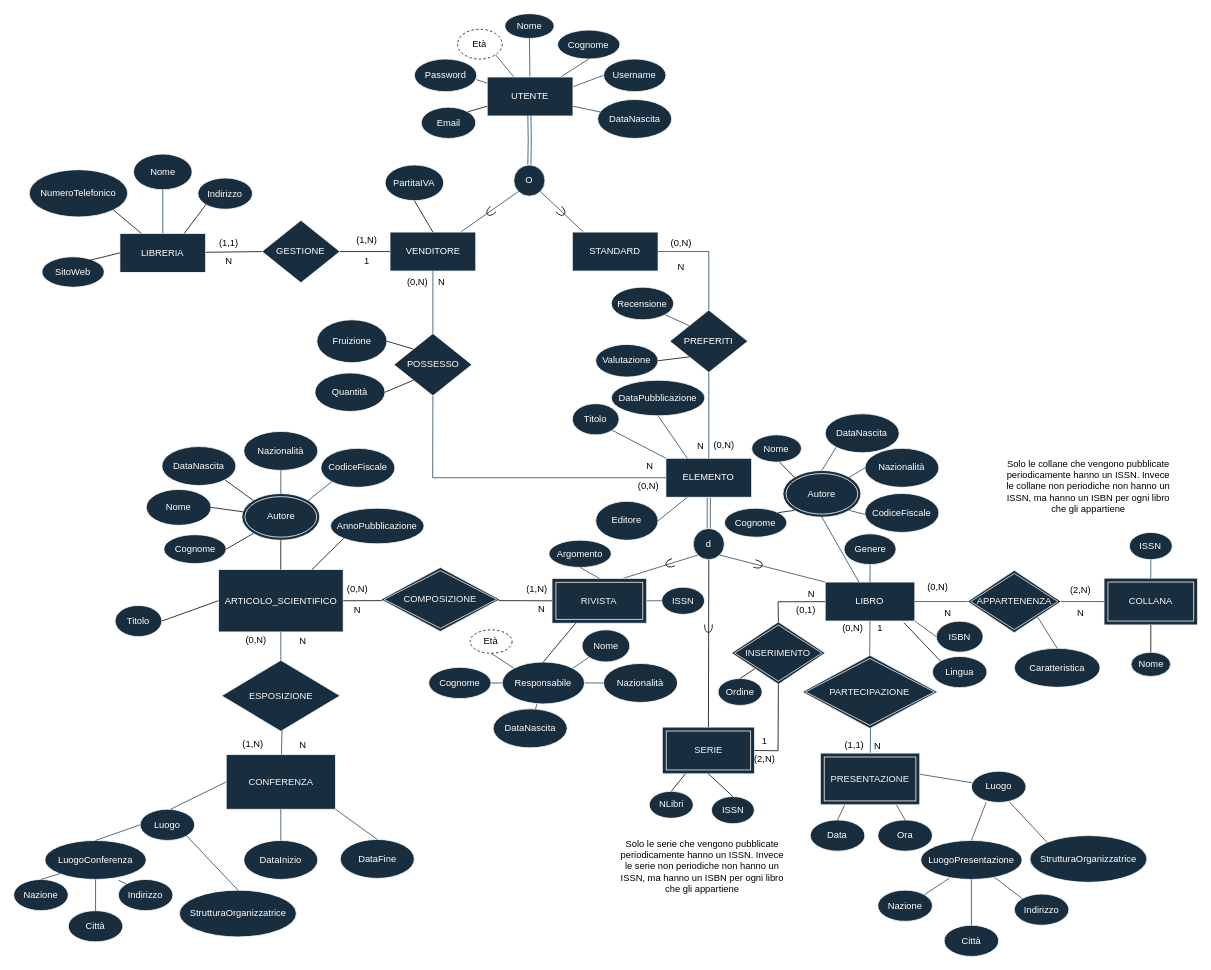
Above: DiagrammaER v1.3.1.drawio in Giovk/Sistema-di-una-Bibleoteca-Digitale (draw.io), before the change. Source tidied: cells renumbered, new cells numbered last; positions are measured from the earlier drawing's top-left corner, leaving out a move shared by most shapes. Both pictures are drawn from the tidied source at 78%, with x=0, y=0 at pixel (13, 13).
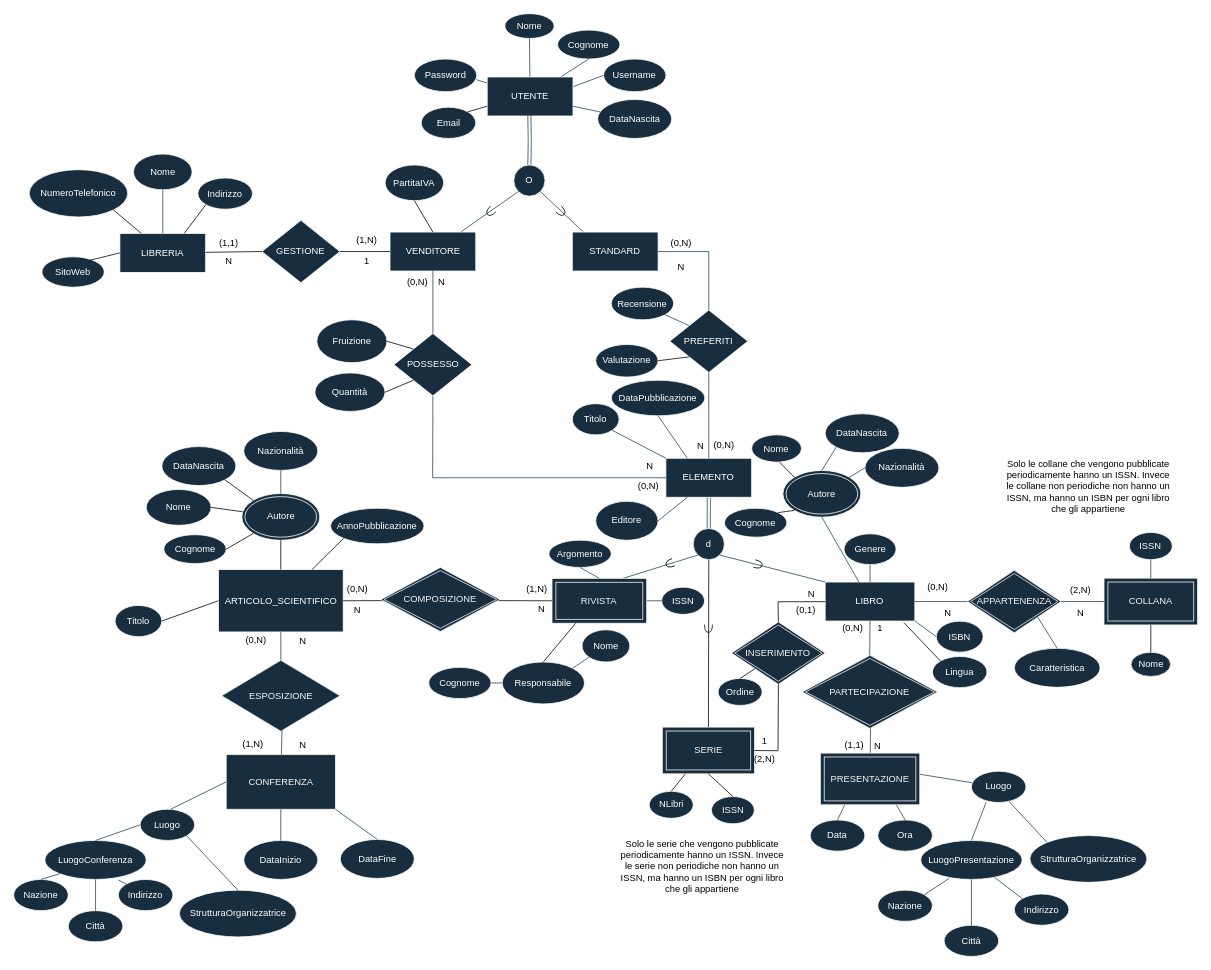
After the change.

Unchanged cells that the change refers to:
```xml
<mxCell id="10" value="Autore" style="ellipse;shape=doubleEllipse;whiteSpace=wrap;html=1;fillColor=#182E3E;strokeColor=#FFFFFF;fontColor=#FFFFFF;" parent="1" vertex="1">
  <mxGeometry x="986.2" y="585.6" width="100" height="60" as="geometry" />
</mxCell>
<mxCell id="68" value="Responsabile" style="ellipse;whiteSpace=wrap;html=1;fillColor=#182E3E;strokeColor=#FFFFFF;fontColor=#FFFFFF;" parent="1" vertex="1">
  <mxGeometry x="626.3" y="831.2" width="105.6" height="53.8" as="geometry" />
</mxCell>
<mxCell id="89" value="UTENTE" style="rounded=0;whiteSpace=wrap;html=1;fillColor=#182E3E;strokeColor=#FFFFFF;fontColor=#FFFFFF;" parent="1" vertex="1">
  <mxGeometry x="607.1" y="81.2" width="110" height="50" as="geometry" />
</mxCell>
<mxCell id="147" value="Autore" style="ellipse;shape=doubleEllipse;whiteSpace=wrap;html=1;fillColor=#182E3E;strokeColor=#FFFFFF;fontColor=#FFFFFF;" parent="1" vertex="1">
  <mxGeometry x="292.5" y="615.2" width="100" height="60" as="geometry" />
</mxCell>
```

What changed in the source:
```diff
@@
-    <mxCell id="40" value="CodiceFiscale" style="ellipse;whiteSpace=wrap;html=1;fillColor=#182E3E;strokeColor=#FFFFFF;fontColor=#FFFFFF;" parent="1" vertex="1">
-      <mxGeometry x="1091.3" y="615.1" width="95" height="50" as="geometry" />
-    </mxCell>
-    <mxCell id="41" style="endArrow=none;html=1;rounded=0;labelBackgroundColor=#FCE7CD;strokeColor=#23445D;entryX=0.01;entryY=0.543;entryDx=0;entryDy=0;entryPerimeter=0;exitX=1;exitY=1;exitDx=0;exitDy=0;" parent="1" edge="1" source="10" target="40">
-      <mxGeometry relative="1" as="geometry" />
-    </mxCell>
@@
-    <mxCell id="45" value="&lt;font color=&quot;#000000&quot;&gt;Età&lt;/font&gt;" style="ellipse;whiteSpace=wrap;html=1;align=center;dashed=1;strokeColor=#000000;fontColor=#FFFFFF;fillColor=none;" parent="1" vertex="1">
-      <mxGeometry x="569.1" y="20" width="57.2" height="38.2" as="geometry" />
-    </mxCell>
-    <mxCell id="46" style="endArrow=none;html=1;rounded=0;strokeColor=#23445D;fontColor=#000000;exitX=1;exitY=1;exitDx=0;exitDy=0;" parent="1" edge="1" source="45" target="89">
-      <mxGeometry relative="1" as="geometry" />
-    </mxCell>
@@
-    <mxCell id="62" value="DataNascita" style="ellipse;whiteSpace=wrap;html=1;fillColor=#182E3E;strokeColor=#FFFFFF;fontColor=#FFFFFF;" parent="1" vertex="1">
-      <mxGeometry x="614.7" y="891.3" width="95" height="50" as="geometry" />
-    </mxCell>
-    <mxCell id="63" style="endArrow=none;html=1;rounded=0;labelBackgroundColor=#FCE7CD;strokeColor=#23445D;" parent="1" edge="1" source="68" target="62">
-      <mxGeometry relative="1" as="geometry" />
-    </mxCell>
-    <mxCell id="64" value="Nazionalità" style="ellipse;whiteSpace=wrap;html=1;strokeColor=#FFFFFF;fontColor=#FFFFFF;fillColor=#182E3E;" parent="1" vertex="1">
-      <mxGeometry x="756.2" y="833.1" width="95" height="50" as="geometry" />
-    </mxCell>
-    <mxCell id="65" style="endArrow=none;html=1;rounded=0;strokeColor=#23445D;entryX=0;entryY=0.5;entryDx=0;entryDy=0;exitX=1;exitY=0.5;exitDx=0;exitDy=0;" parent="1" edge="1" source="68" target="64">
-      <mxGeometry relative="1" as="geometry" />
-    </mxCell>
-    <mxCell id="66" value="&lt;font color=&quot;#000000&quot;&gt;Età&lt;/font&gt;" style="ellipse;whiteSpace=wrap;html=1;align=center;dashed=1;strokeColor=#000000;fontColor=#FFFFFF;fillColor=none;" parent="1" vertex="1">
-      <mxGeometry x="585.2" y="790" width="53.8" height="30" as="geometry" />
-    </mxCell>
-    <mxCell id="67" style="endArrow=none;html=1;rounded=0;strokeColor=#23445D;fontColor=#000000;exitX=0.5;exitY=1;exitDx=0;exitDy=0;entryX=0;entryY=0;entryDx=0;entryDy=0;" parent="1" edge="1" source="66" target="68">
-      <mxGeometry relative="1" as="geometry" />
-    </mxCell>
@@
-    <mxCell id="149" value="CodiceFiscale" style="ellipse;whiteSpace=wrap;html=1;fillColor=#182E3E;strokeColor=#FFFFFF;fontColor=#FFFFFF;" parent="1" vertex="1">
-      <mxGeometry x="393.8" y="557.3" width="95" height="50" as="geometry" />
-    </mxCell>
-    <mxCell id="150" style="endArrow=none;html=1;rounded=0;entryX=0;entryY=1;entryDx=0;entryDy=0;exitX=1;exitY=0;exitDx=0;exitDy=0;labelBackgroundColor=#FCE7CD;strokeColor=#23445D;" parent="1" edge="1" source="147" target="149">
-      <mxGeometry relative="1" as="geometry" />
-    </mxCell>
```
